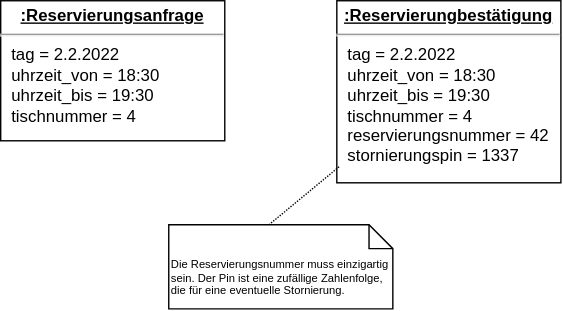
The draw.io diagram diagramme/UML-Object_2_TischReservieren.drawio.svg in gsoTH/tischreservierung, before a commit. Source tidied: cells renumbered, new cells last; positions are measured from the earlier drawing's top-left corner, leaving out a move shared by most shapes.
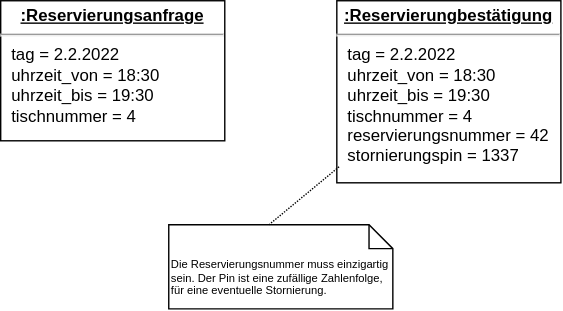
After the commit.

Change to the diagram source:
```diff
@@ -8,7 +8,7 @@
     <mxCell id="3" value="&lt;p style=&quot;margin:0px;margin-top:4px;text-align:center;text-decoration:underline;&quot;&gt;&lt;b&gt;:Reservierungsanfrage&lt;br&gt;&lt;/b&gt;&lt;/p&gt;&lt;hr&gt;&lt;p style=&quot;margin:0px;margin-left:8px;&quot;&gt;tag = 2.2.2022&lt;br&gt;uhrzeit_von = 18:30&lt;/p&gt;&lt;p style=&quot;margin:0px;margin-left:8px;&quot;&gt;uhrzeit_bis = 19:30&lt;/p&gt;&lt;p style=&quot;margin:0px;margin-left:8px;&quot;&gt;tischnummer = 4&lt;br&gt;&lt;/p&gt;" style="verticalAlign=top;align=left;overflow=fill;fontSize=12;fontFamily=Helvetica;html=1;" parent="1" vertex="1">
       <mxGeometry width="160" height="100" as="geometry" />
     </mxCell>
-    <mxCell id="4" value="Die Reservierungsnummer muss einzigartig sein. Der Pin ist eine zufällige Zahlenfolge, die für eine eventuelle Stornierung. " style="shape=note2;boundedLbl=1;whiteSpace=wrap;html=1;size=17;verticalAlign=top;align=left;labelPosition=center;verticalLabelPosition=middle;fontSize=8;" parent="1" vertex="1">
+    <mxCell id="4" value="Die Reservierungsnummer muss einzigartig sein. Der Pin ist eine zufällige Zahlenfolge, für eine eventuelle Stornierung. " style="shape=note2;boundedLbl=1;whiteSpace=wrap;html=1;size=17;verticalAlign=top;align=left;labelPosition=center;verticalLabelPosition=middle;fontSize=8;" parent="1" vertex="1">
       <mxGeometry x="120" y="160" width="160" height="60" as="geometry" />
     </mxCell>
     <mxCell id="5" style="endArrow=none;dashed=1;html=1;rounded=0;fontSize=8;dashPattern=1 1;exitX=0;exitY=0;exitDx=71.5;exitDy=0;exitPerimeter=0;entryX=0.013;entryY=0.909;entryDx=0;entryDy=0;entryPerimeter=0;" parent="1" edge="1" source="4" target="2">
```
